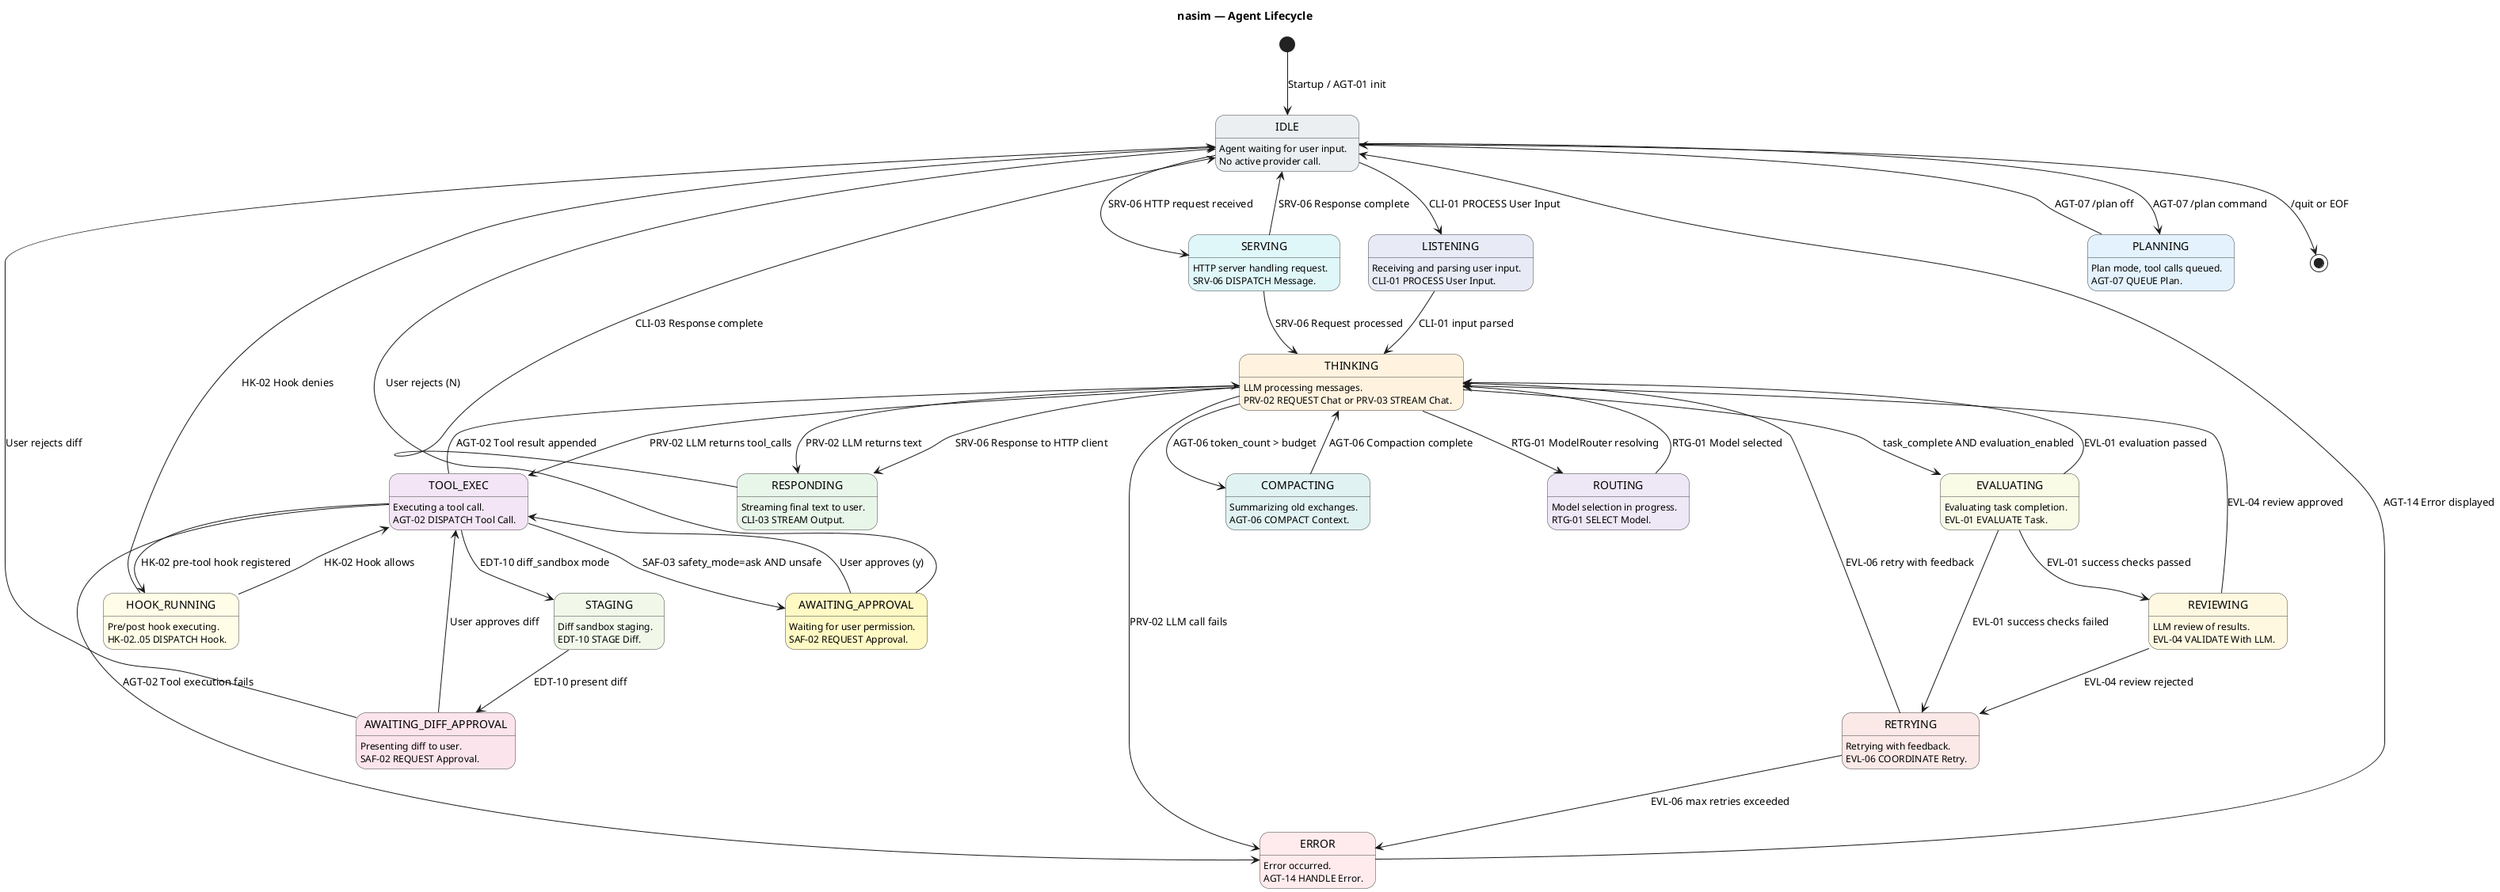
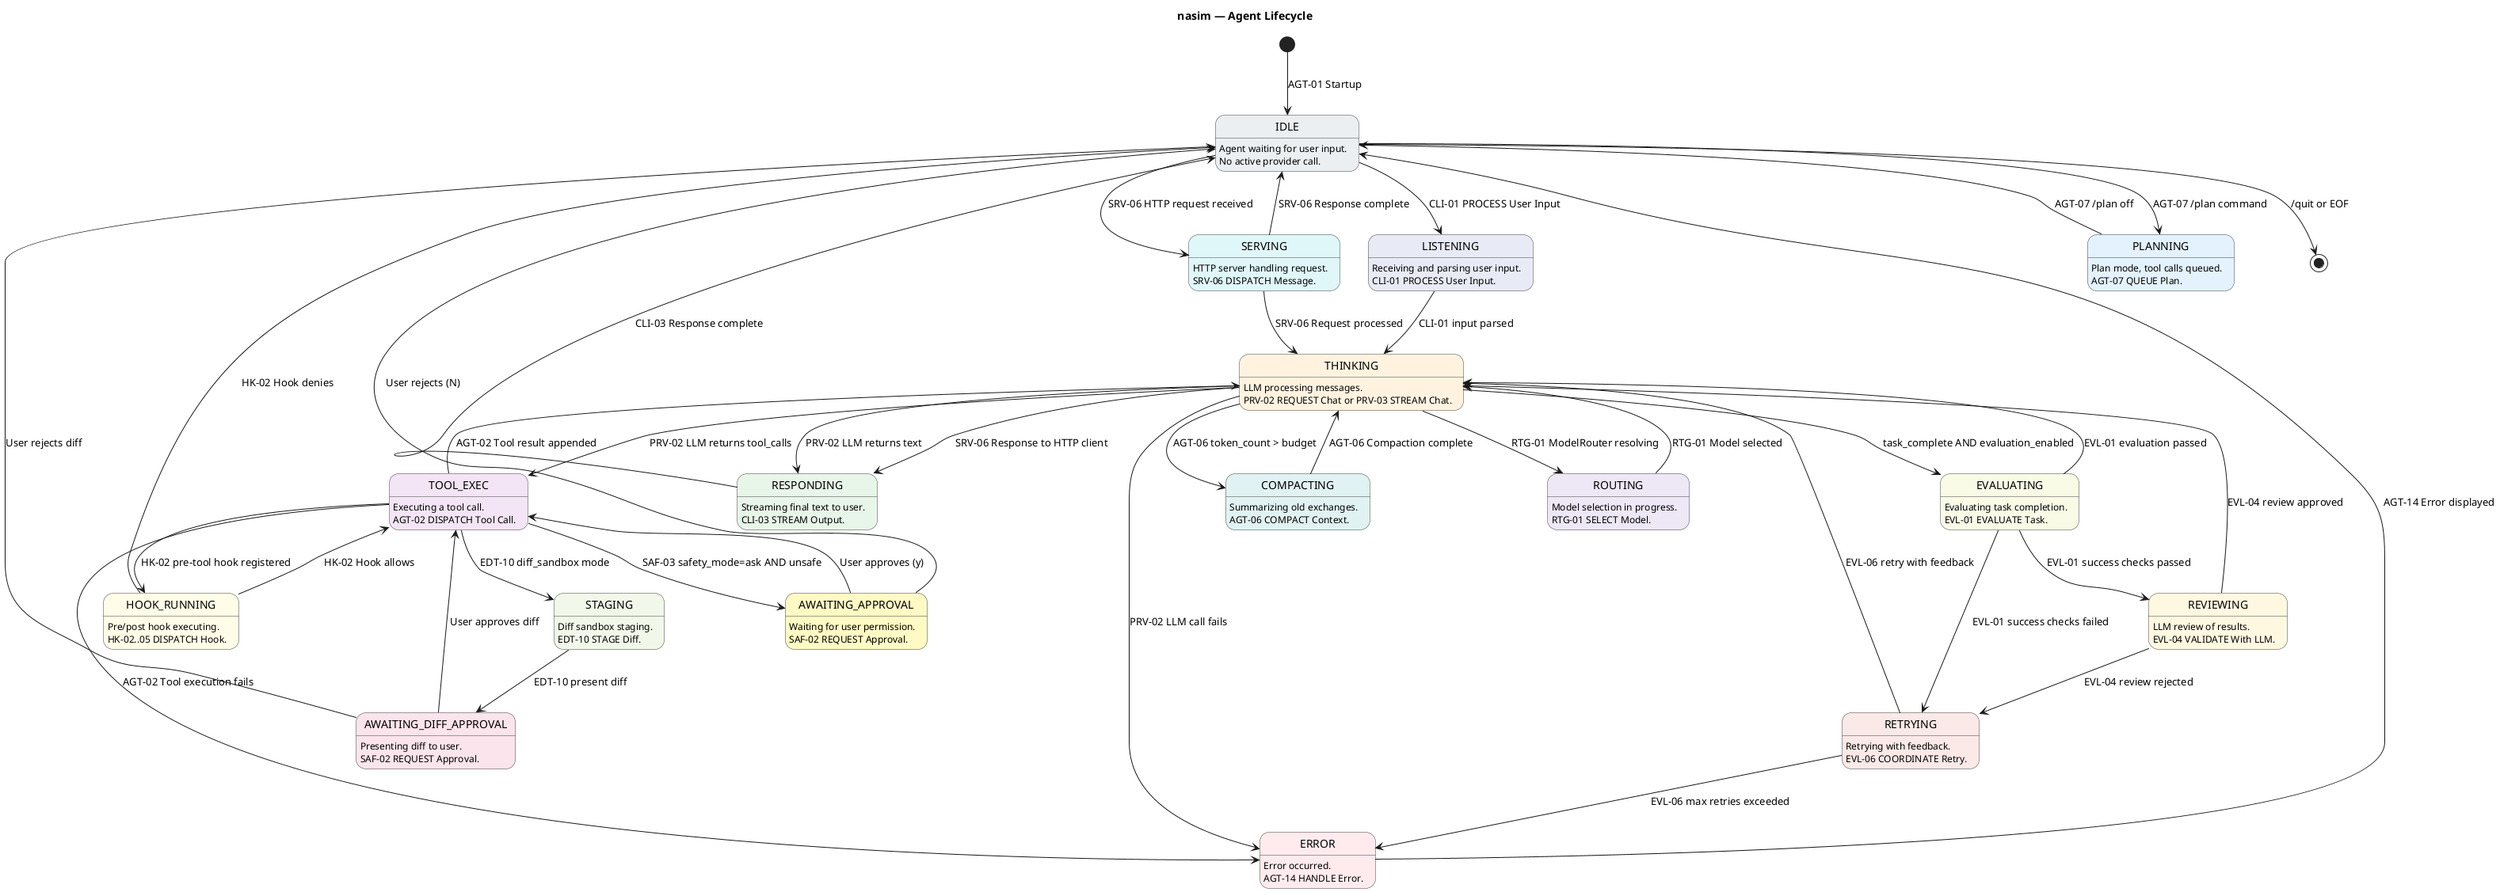
@startuml sm_agent_lifecycle
' ============================================================
' Title:     nasim — Agent Lifecycle State Machine
' Boundary:  nasim code agent CLI + HTTP API
' Purpose:   Process FSM showing all agent states and transitions
' Milestone: v1.0
' Version:   6.0.0
' Source:    docs/UC/README.md
' Review:    docs/audit/audit.2026.06.20.sq-sm-chain.car.md
' Note:      Process FSM, not entity lifecycle. SMT rules from sm.md
'            do not apply (documented deviation).
' Convention: All transitions are triggered by the corresponding UC ID
'            (e.g., EVL-01, EDT-10, AGT-07) as listed in docs/UC/README.md.
' ============================================================

title nasim — Agent Lifecycle

skinparam state {
  BackgroundColor #FFFFFF
  BorderColor #424242
  FontColor #000000
}

- [*] --> IDLE : Startup / AGT-01 init
+ [*] --> IDLE : AGT-01 Startup

state "IDLE" as IDLE #ECEFF1
IDLE : Agent waiting for user input.
IDLE : No active provider call.

state "LISTENING" as LISTENING #E8EAF6
LISTENING : Receiving and parsing user input.
LISTENING : CLI-01 PROCESS User Input.

state "THINKING" as THINKING #FFF3E0
THINKING : LLM processing messages.
THINKING : PRV-02 REQUEST Chat or PRV-03 STREAM Chat.

state "TOOL_EXEC" as TOOL_EXEC #F3E5F5
TOOL_EXEC : Executing a tool call.
TOOL_EXEC : AGT-02 DISPATCH Tool Call.

state "RESPONDING" as RESPONDING #E8F5E9
RESPONDING : Streaming final text to user.
RESPONDING : CLI-03 STREAM Output.

state "ERROR" as ERROR #FFEBEE
ERROR : Error occurred.
ERROR : AGT-14 HANDLE Error.

state "COMPACTING" as COMPACTING #E0F2F1
COMPACTING : Summarizing old exchanges.
COMPACTING : AGT-06 COMPACT Context.

state "AWAITING_APPROVAL" as AWAITING_APPROVAL #FFF9C4
AWAITING_APPROVAL : Waiting for user permission.
AWAITING_APPROVAL : SAF-02 REQUEST Approval.

state "PLANNING" as PLANNING #E3F2FD
PLANNING : Plan mode, tool calls queued.
PLANNING : AGT-07 QUEUE Plan.

state "HOOK_RUNNING" as HOOK_RUNNING #FFFDE7
HOOK_RUNNING : Pre/post hook executing.
HOOK_RUNNING : HK-02..05 DISPATCH Hook.

state "ROUTING" as ROUTING #EDE7F6
ROUTING : Model selection in progress.
ROUTING : RTG-01 SELECT Model.

state "SERVING" as SERVING #E0F7FA
SERVING : HTTP server handling request.
SERVING : SRV-06 DISPATCH Message.

state "EVALUATING" as EVALUATING #F9FBE7
EVALUATING : Evaluating task completion.
EVALUATING : EVL-01 EVALUATE Task.

state "REVIEWING" as REVIEWING #FFF8E1
REVIEWING : LLM review of results.
REVIEWING : EVL-04 VALIDATE With LLM.

state "RETRYING" as RETRYING #FBE9E7
RETRYING : Retrying with feedback.
RETRYING : EVL-06 COORDINATE Retry.

state "STAGING" as STAGING #F1F8E9
STAGING : Diff sandbox staging.
STAGING : EDT-10 STAGE Diff.

state "AWAITING_DIFF_APPROVAL" as AWAITING_DIFF_APPROVAL #FCE4EC
AWAITING_DIFF_APPROVAL : Presenting diff to user.
AWAITING_DIFF_APPROVAL : SAF-02 REQUEST Approval.

IDLE --> LISTENING : CLI-01 PROCESS User Input
IDLE --> SERVING : SRV-06 HTTP request received
IDLE --> [*] : /quit or EOF

LISTENING --> THINKING : CLI-01 input parsed

THINKING --> RESPONDING : PRV-02 LLM returns text
THINKING --> TOOL_EXEC : PRV-02 LLM returns tool_calls
THINKING --> COMPACTING : AGT-06 token_count > budget
THINKING --> ROUTING : RTG-01 ModelRouter resolving
THINKING --> ERROR : PRV-02 LLM call fails
THINKING --> RESPONDING : SRV-06 Response to HTTP client
THINKING --> EVALUATING : task_complete AND evaluation_enabled

ROUTING --> THINKING : RTG-01 Model selected

TOOL_EXEC --> THINKING : AGT-02 Tool result appended
TOOL_EXEC --> AWAITING_APPROVAL : SAF-03 safety_mode=ask AND unsafe
TOOL_EXEC --> HOOK_RUNNING : HK-02 pre-tool hook registered
TOOL_EXEC --> ERROR : AGT-02 Tool execution fails
TOOL_EXEC --> STAGING : EDT-10 diff_sandbox mode

HOOK_RUNNING --> TOOL_EXEC : HK-02 Hook allows
HOOK_RUNNING --> IDLE : HK-02 Hook denies

AWAITING_APPROVAL --> TOOL_EXEC : User approves (y)
AWAITING_APPROVAL --> IDLE : User rejects (N)

COMPACTING --> THINKING : AGT-06 Compaction complete

RESPONDING --> IDLE : CLI-03 Response complete

ERROR --> IDLE : AGT-14 Error displayed

SERVING --> THINKING : SRV-06 Request processed
SERVING --> IDLE : SRV-06 Response complete

IDLE --> PLANNING : AGT-07 /plan command
PLANNING --> IDLE : AGT-07 /plan off

EVALUATING --> REVIEWING : EVL-01 success checks passed
EVALUATING --> RETRYING : EVL-01 success checks failed
EVALUATING --> THINKING : EVL-01 evaluation passed

REVIEWING --> THINKING : EVL-04 review approved
REVIEWING --> RETRYING : EVL-04 review rejected

RETRYING --> THINKING : EVL-06 retry with feedback
RETRYING --> ERROR : EVL-06 max retries exceeded

STAGING --> AWAITING_DIFF_APPROVAL : EDT-10 present diff

AWAITING_DIFF_APPROVAL --> TOOL_EXEC : User approves diff
AWAITING_DIFF_APPROVAL --> IDLE : User rejects diff

@enduml
